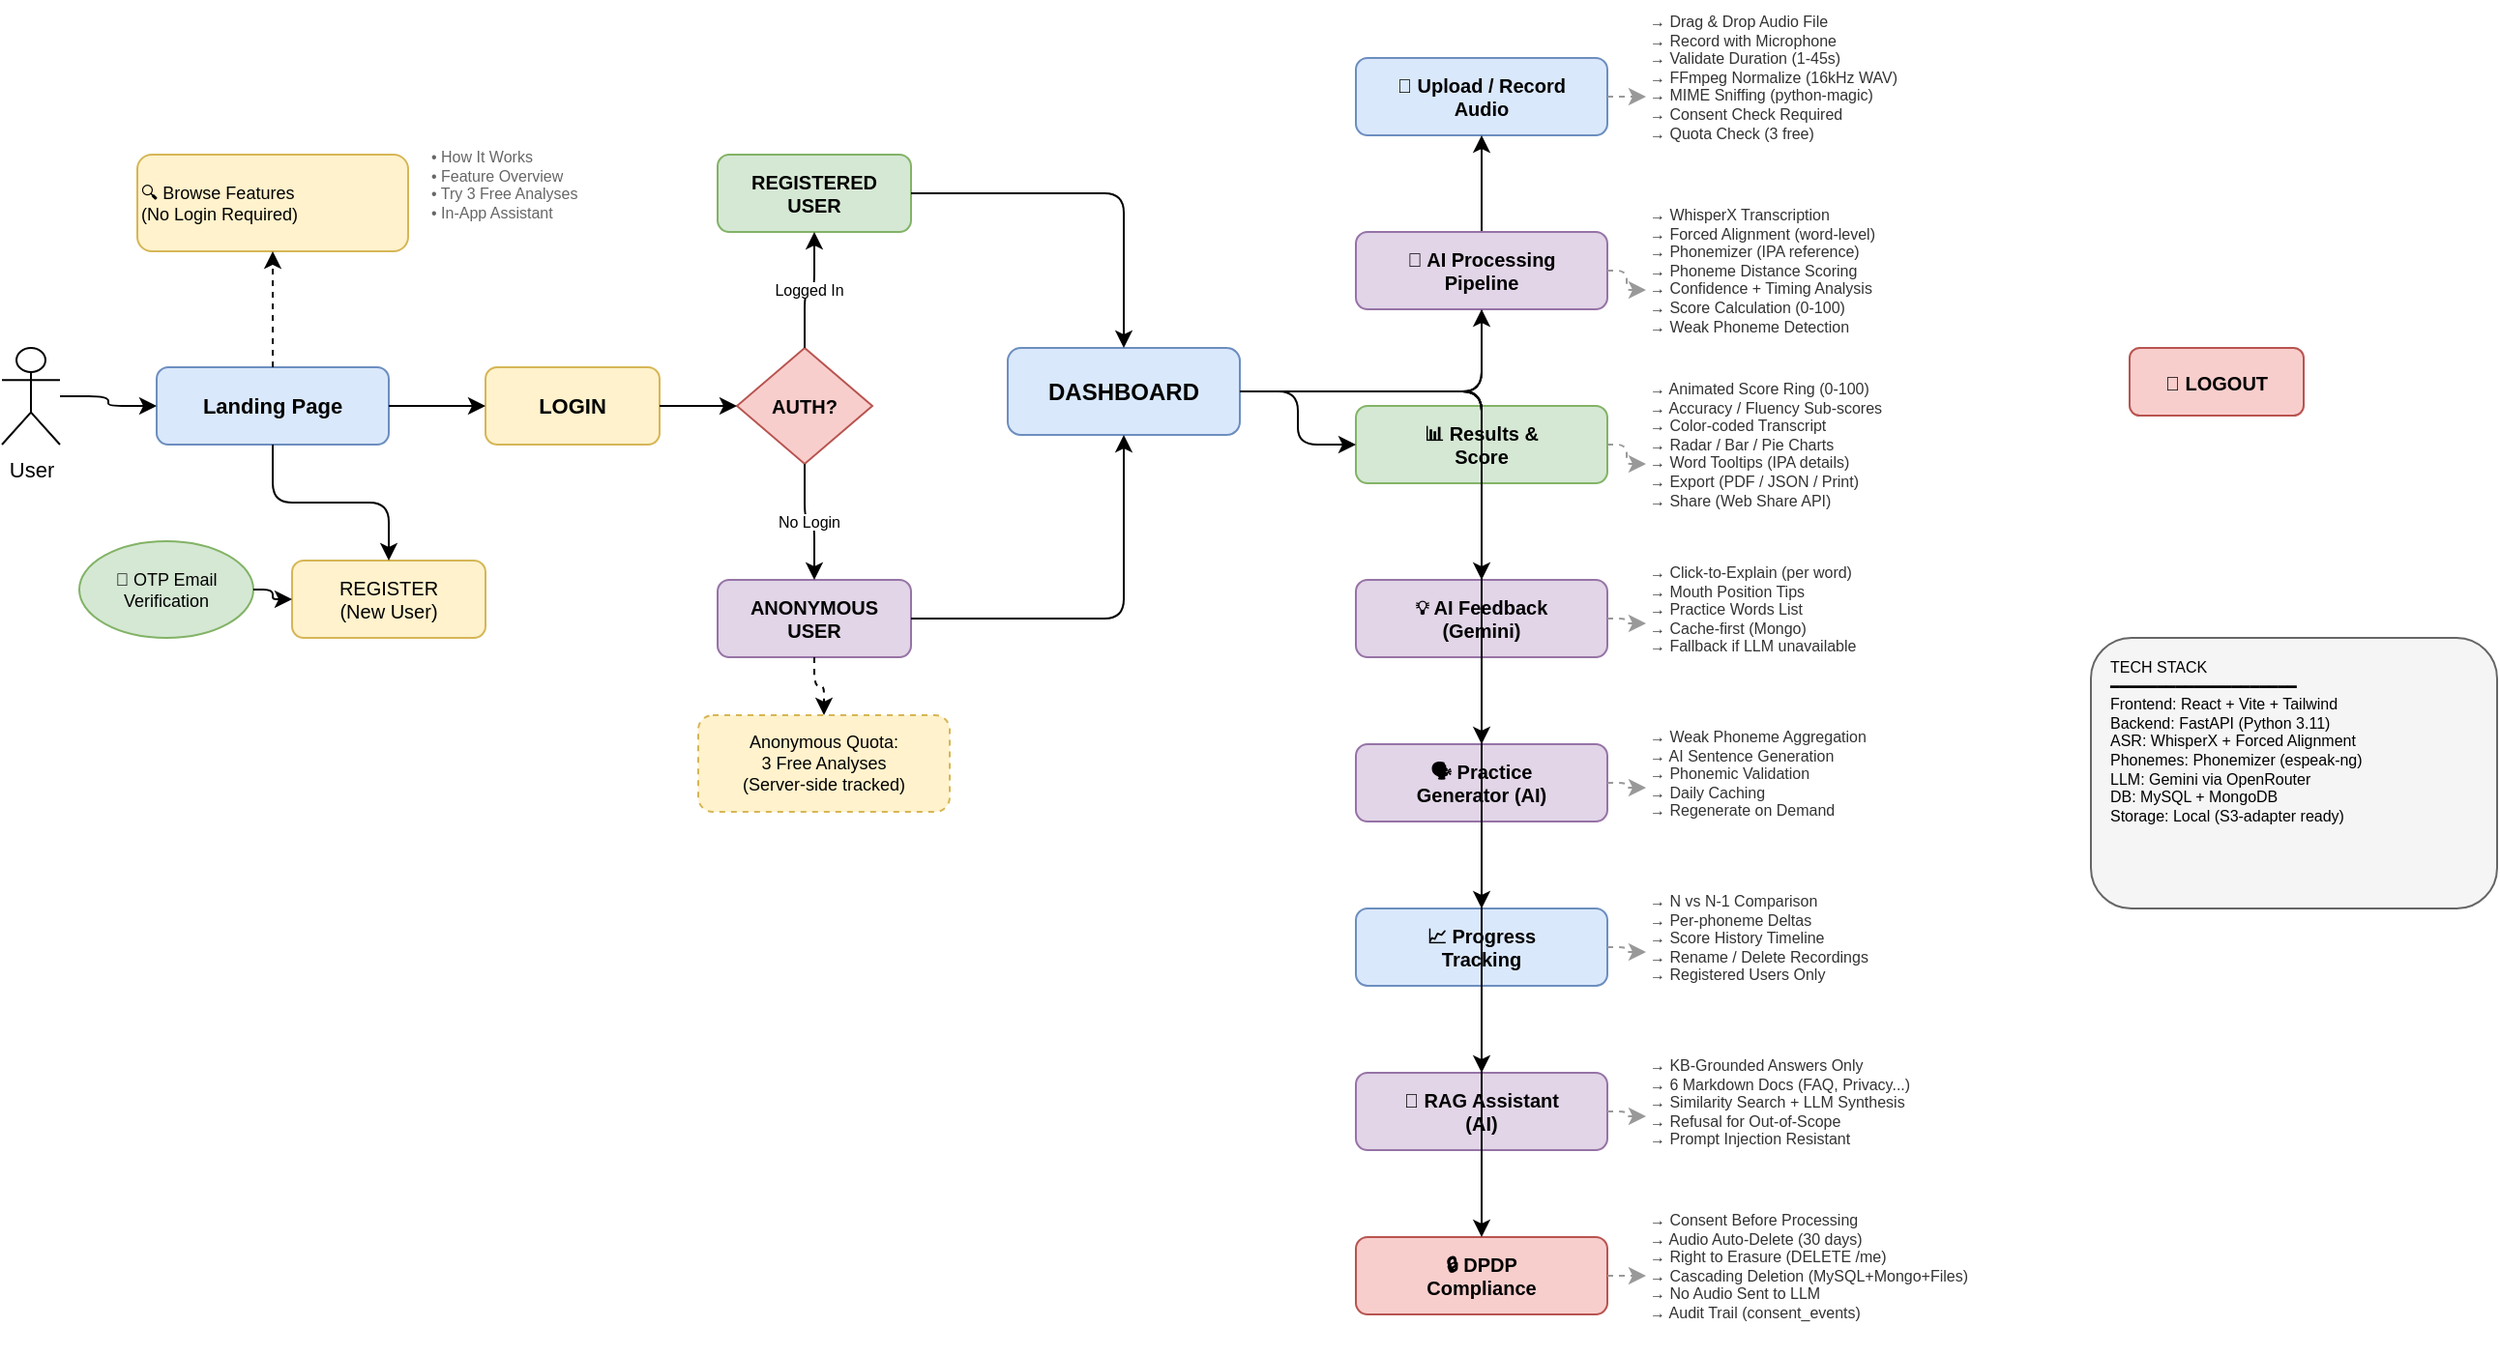
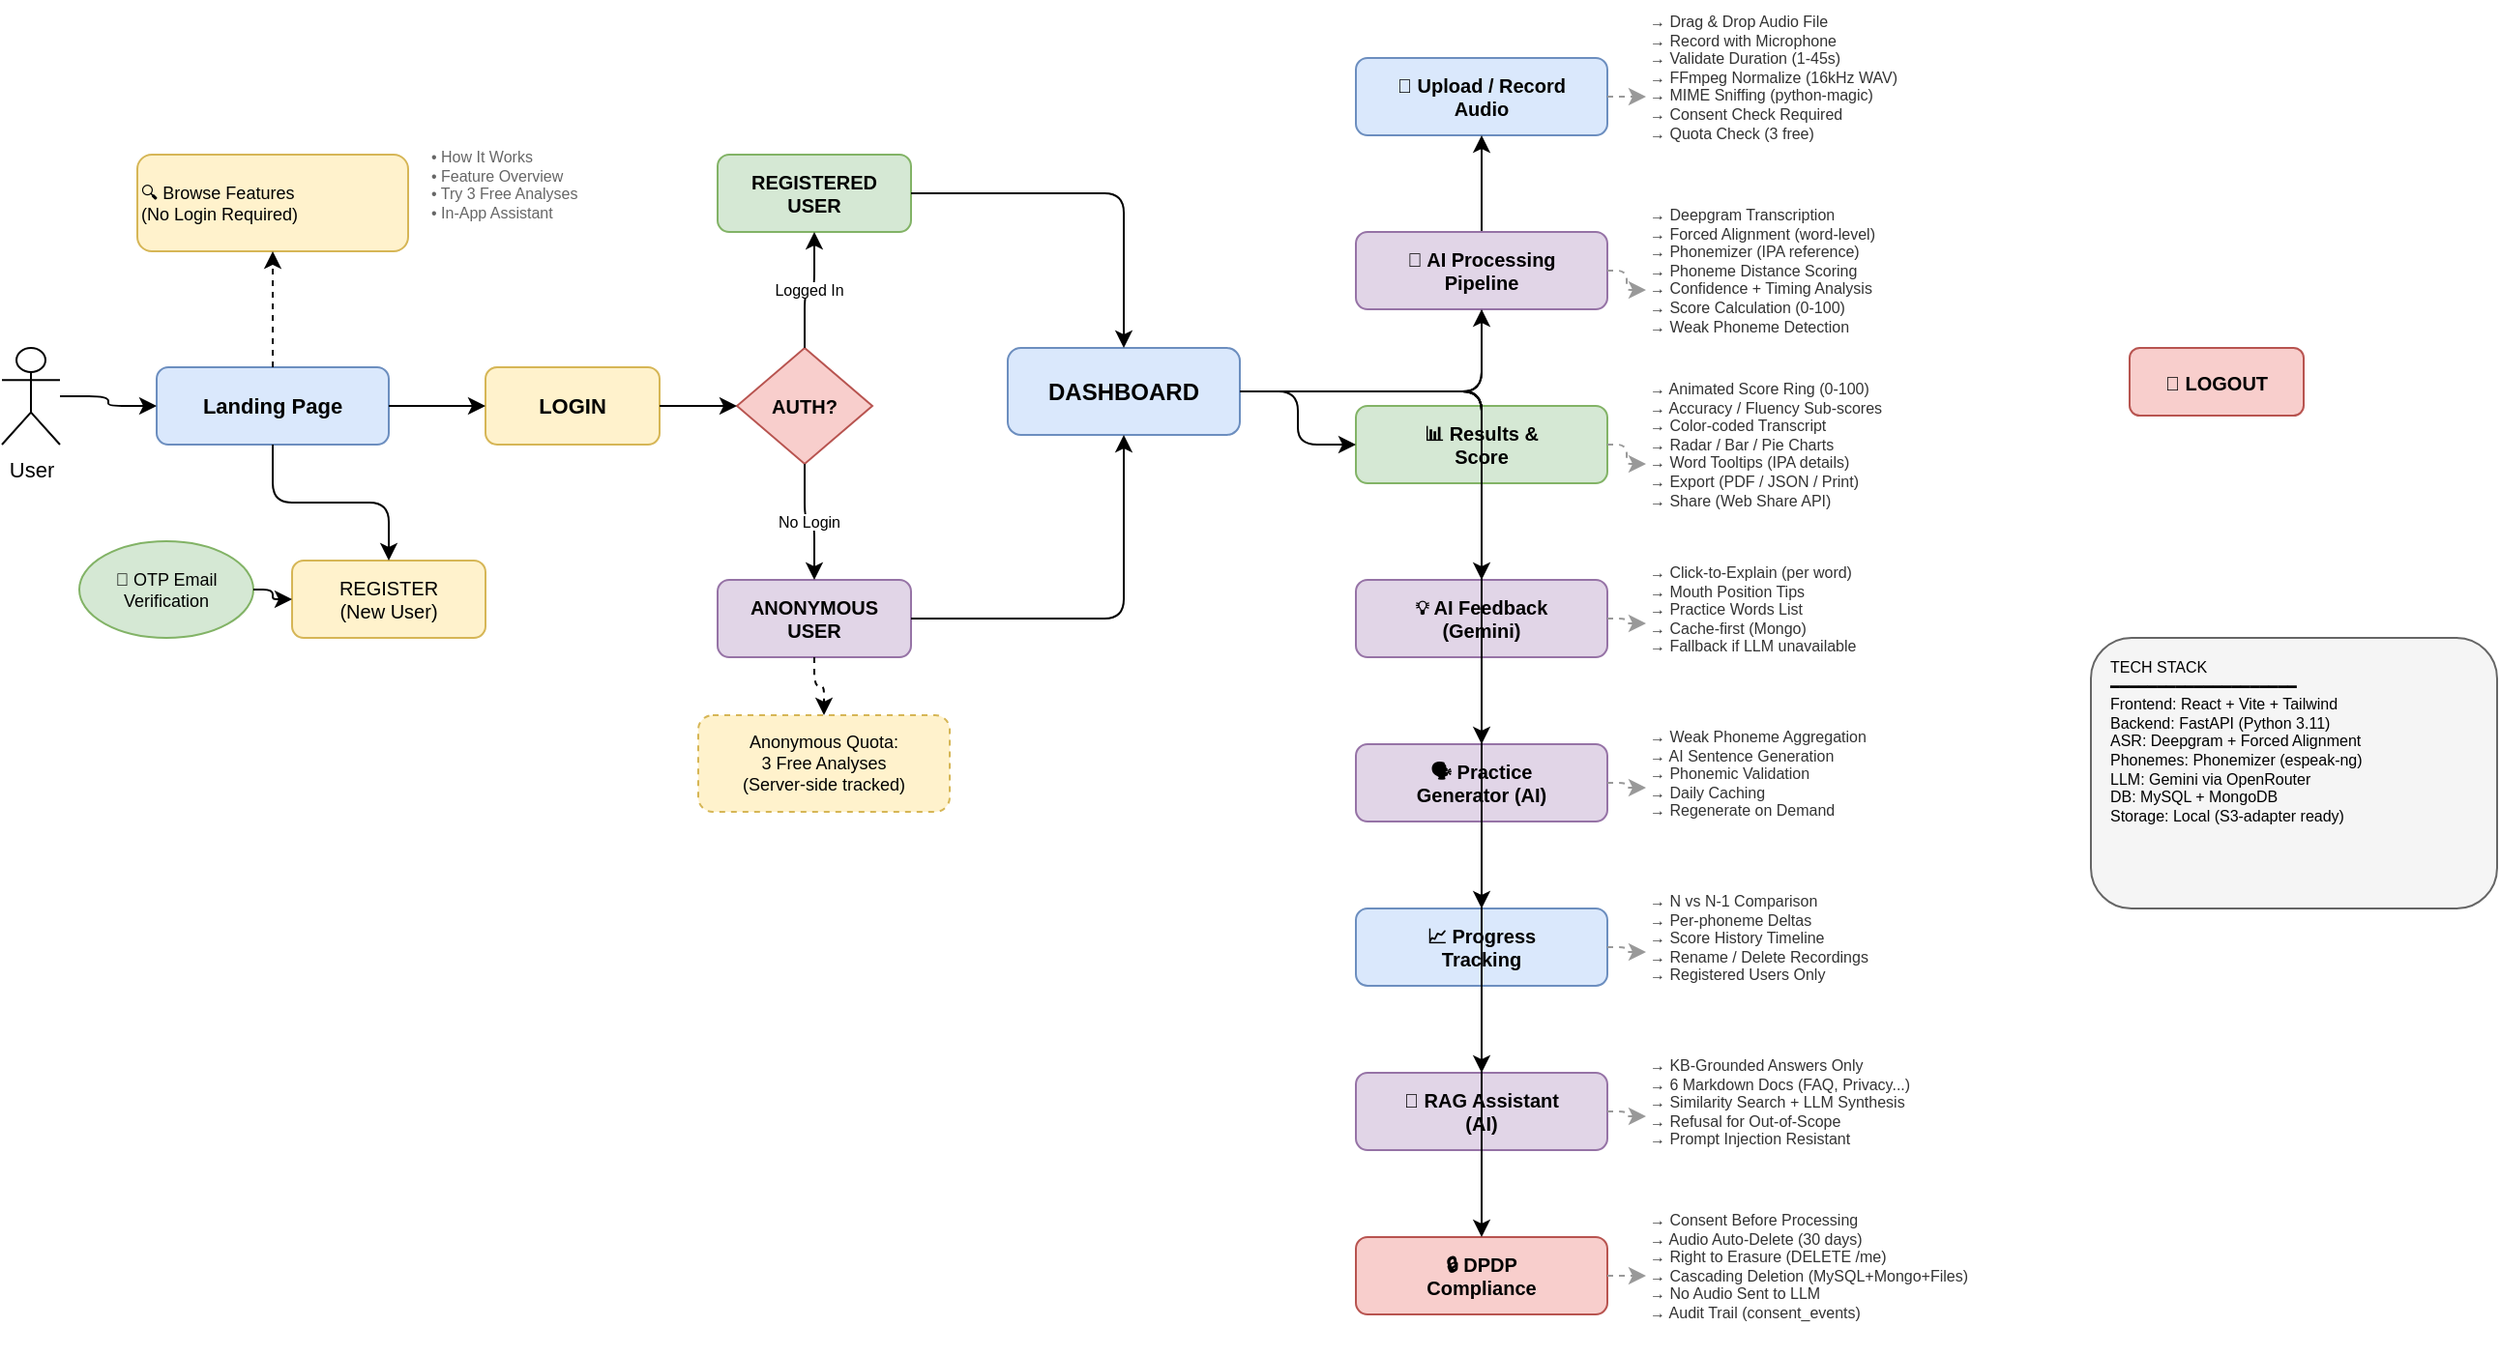
<mxfile host="app.diagrams.net">
  <diagram name="Application Flow" id="pronunciation-coach-flow">
    <mxGraphModel dx="1600" dy="900" grid="1" gridSize="10" guides="1" tooltips="1" connect="1" arrows="1" fold="1" page="1" pageScale="1" pageWidth="1600" pageHeight="900" math="0" shadow="0">
      <root>
        <mxCell id="0" />
        <mxCell id="1" parent="0" />

        <!-- User Actor -->
        <mxCell id="user" value="User" style="shape=umlActor;verticalLabelPosition=bottom;verticalAlign=top;html=1;outlineConnect=0;fontSize=11;" vertex="1" parent="1">
          <mxGeometry x="20" y="350" width="30" height="50" as="geometry" />
        </mxCell>

        <!-- Landing Page -->
        <mxCell id="landing" value="Landing Page" style="rounded=1;whiteSpace=wrap;html=1;fillColor=#dae8fc;strokeColor=#6c8ebf;fontStyle=1;fontSize=11;" vertex="1" parent="1">
          <mxGeometry x="100" y="360" width="120" height="40" as="geometry" />
        </mxCell>
        <mxCell id="e1" style="edgeStyle=orthogonalEdgeStyle;" edge="1" source="user" target="landing" parent="1"><mxGeometry relative="1" as="geometry" /></mxCell>

        <!-- Browse Features (No Login) -->
        <mxCell id="browse" value="🔍 Browse Features&#xa;(No Login Required)" style="rounded=1;whiteSpace=wrap;html=1;fillColor=#fff2cc;strokeColor=#d6b656;fontSize=9;align=left;" vertex="1" parent="1">
          <mxGeometry x="90" y="250" width="140" height="50" as="geometry" />
        </mxCell>
        <mxCell id="browse_items" value="• How It Works&#xa;• Feature Overview&#xa;• Try 3 Free Analyses&#xa;• In-App Assistant" style="text;html=1;align=left;verticalAlign=top;fontSize=8;fontColor=#666666;" vertex="1" parent="1">
          <mxGeometry x="240" y="240" width="140" height="60" as="geometry" />
        </mxCell>
        <mxCell id="e_browse" style="edgeStyle=orthogonalEdgeStyle;dashed=1;" edge="1" source="landing" target="browse" parent="1"><mxGeometry relative="1" as="geometry" /></mxCell>

        <!-- Login -->
        <mxCell id="login" value="LOGIN" style="rounded=1;whiteSpace=wrap;html=1;fillColor=#fff2cc;strokeColor=#d6b656;fontStyle=1;fontSize=11;" vertex="1" parent="1">
          <mxGeometry x="270" y="360" width="90" height="40" as="geometry" />
        </mxCell>
        <mxCell id="e2" style="edgeStyle=orthogonalEdgeStyle;" edge="1" source="landing" target="login" parent="1"><mxGeometry relative="1" as="geometry" /></mxCell>

        <!-- Register -->
        <mxCell id="register" value="REGISTER&#xa;(New User)" style="rounded=1;whiteSpace=wrap;html=1;fillColor=#fff2cc;strokeColor=#d6b656;fontSize=10;" vertex="1" parent="1">
          <mxGeometry x="170" y="460" width="100" height="40" as="geometry" />
        </mxCell>
        <mxCell id="otp" value="📧 OTP Email&#xa;Verification" style="ellipse;whiteSpace=wrap;html=1;fillColor=#d5e8d4;strokeColor=#82b366;fontSize=9;" vertex="1" parent="1">
          <mxGeometry x="60" y="450" width="90" height="50" as="geometry" />
        </mxCell>
        <mxCell id="e_reg" style="edgeStyle=orthogonalEdgeStyle;" edge="1" source="landing" target="register" parent="1"><mxGeometry relative="1" as="geometry" /></mxCell>
        <mxCell id="e_otp" style="edgeStyle=orthogonalEdgeStyle;" edge="1" source="otp" target="register" parent="1"><mxGeometry relative="1" as="geometry" /></mxCell>

        <!-- Auth Check -->
        <mxCell id="auth_check" value="AUTH?" style="rhombus;whiteSpace=wrap;html=1;fillColor=#f8cecc;strokeColor=#b85450;fontStyle=1;fontSize=10;" vertex="1" parent="1">
          <mxGeometry x="400" y="350" width="70" height="60" as="geometry" />
        </mxCell>
        <mxCell id="e3" style="edgeStyle=orthogonalEdgeStyle;" edge="1" source="login" target="auth_check" parent="1"><mxGeometry relative="1" as="geometry" /></mxCell>

        <!-- Anonymous User -->
        <mxCell id="anon" value="ANONYMOUS&#xa;USER" style="rounded=1;whiteSpace=wrap;html=1;fillColor=#e1d5e7;strokeColor=#9673a6;fontStyle=1;fontSize=10;" vertex="1" parent="1">
          <mxGeometry x="390" y="470" width="100" height="40" as="geometry" />
        </mxCell>
        <mxCell id="e_anon" value="No Login" style="edgeStyle=orthogonalEdgeStyle;fontSize=8;" edge="1" source="auth_check" target="anon" parent="1"><mxGeometry relative="1" as="geometry" /></mxCell>

        <!-- Registered User -->
        <mxCell id="registered" value="REGISTERED&#xa;USER" style="rounded=1;whiteSpace=wrap;html=1;fillColor=#d5e8d4;strokeColor=#82b366;fontStyle=1;fontSize=10;" vertex="1" parent="1">
          <mxGeometry x="390" y="250" width="100" height="40" as="geometry" />
        </mxCell>
        <mxCell id="e_reg2" value="Logged In" style="edgeStyle=orthogonalEdgeStyle;fontSize=8;" edge="1" source="auth_check" target="registered" parent="1"><mxGeometry relative="1" as="geometry" /></mxCell>

        <!-- Dashboard -->
        <mxCell id="dashboard" value="DASHBOARD" style="rounded=1;whiteSpace=wrap;html=1;fillColor=#dae8fc;strokeColor=#6c8ebf;fontStyle=1;fontSize=12;" vertex="1" parent="1">
          <mxGeometry x="540" y="350" width="120" height="45" as="geometry" />
        </mxCell>
        <mxCell id="e_dash1" style="edgeStyle=orthogonalEdgeStyle;" edge="1" source="registered" target="dashboard" parent="1"><mxGeometry relative="1" as="geometry" /></mxCell>
        <mxCell id="e_dash2" style="edgeStyle=orthogonalEdgeStyle;" edge="1" source="anon" target="dashboard" parent="1"><mxGeometry relative="1" as="geometry" /></mxCell>

        <!-- === DASHBOARD FEATURES === -->

        <!-- Upload/Record -->
        <mxCell id="upload" value="🎤 Upload / Record&#xa;Audio" style="rounded=1;whiteSpace=wrap;html=1;fillColor=#dae8fc;strokeColor=#6c8ebf;fontStyle=1;fontSize=10;" vertex="1" parent="1">
          <mxGeometry x="720" y="200" width="130" height="40" as="geometry" />
        </mxCell>
        <mxCell id="e_upload" style="edgeStyle=orthogonalEdgeStyle;" edge="1" source="dashboard" target="upload" parent="1"><mxGeometry relative="1" as="geometry" /></mxCell>

        <!-- Upload sub-items -->
        <mxCell id="upload_items" value="→ Drag &amp; Drop Audio File&#xa;→ Record with Microphone&#xa;→ Validate Duration (1-45s)&#xa;→ FFmpeg Normalize (16kHz WAV)&#xa;→ MIME Sniffing (python-magic)&#xa;→ Consent Check Required&#xa;→ Quota Check (3 free)" style="text;html=1;align=left;verticalAlign=top;fontSize=8;fontColor=#333333;" vertex="1" parent="1">
          <mxGeometry x="870" y="170" width="180" height="100" as="geometry" />
        </mxCell>
        <mxCell id="e_up_items" style="edgeStyle=orthogonalEdgeStyle;dashed=1;strokeColor=#999999;" edge="1" source="upload" target="upload_items" parent="1"><mxGeometry relative="1" as="geometry" /></mxCell>

        <!-- Processing Pipeline -->
        <mxCell id="processing" value="🧠 AI Processing&#xa;Pipeline" style="rounded=1;whiteSpace=wrap;html=1;fillColor=#e1d5e7;strokeColor=#9673a6;fontStyle=1;fontSize=10;" vertex="1" parent="1">
          <mxGeometry x="720" y="290" width="130" height="40" as="geometry" />
        </mxCell>
        <mxCell id="e_proc" style="edgeStyle=orthogonalEdgeStyle;" edge="1" source="dashboard" target="processing" parent="1"><mxGeometry relative="1" as="geometry" /></mxCell>

        <!-- Processing sub-items -->
-         <mxCell id="proc_items" value="→ WhisperX Transcription&#xa;→ Forced Alignment (word-level)&#xa;→ Phonemizer (IPA reference)&#xa;→ Phoneme Distance Scoring&#xa;→ Confidence + Timing Analysis&#xa;→ Score Calculation (0-100)&#xa;→ Weak Phoneme Detection" style="text;html=1;align=left;verticalAlign=top;fontSize=8;fontColor=#333333;" vertex="1" parent="1">
+         <mxCell id="proc_items" value="→ Deepgram Transcription&#xa;→ Forced Alignment (word-level)&#xa;→ Phonemizer (IPA reference)&#xa;→ Phoneme Distance Scoring&#xa;→ Confidence + Timing Analysis&#xa;→ Score Calculation (0-100)&#xa;→ Weak Phoneme Detection" style="text;html=1;align=left;verticalAlign=top;fontSize=8;fontColor=#333333;" vertex="1" parent="1">
          <mxGeometry x="870" y="270" width="190" height="100" as="geometry" />
        </mxCell>
        <mxCell id="e_proc_items" style="edgeStyle=orthogonalEdgeStyle;dashed=1;strokeColor=#999999;" edge="1" source="processing" target="proc_items" parent="1"><mxGeometry relative="1" as="geometry" /></mxCell>

        <!-- Results -->
        <mxCell id="results" value="📊 Results &amp;&#xa;Score" style="rounded=1;whiteSpace=wrap;html=1;fillColor=#d5e8d4;strokeColor=#82b366;fontStyle=1;fontSize=10;" vertex="1" parent="1">
          <mxGeometry x="720" y="380" width="130" height="40" as="geometry" />
        </mxCell>
        <mxCell id="e_results" style="edgeStyle=orthogonalEdgeStyle;" edge="1" source="dashboard" target="results" parent="1"><mxGeometry relative="1" as="geometry" /></mxCell>

        <!-- Results sub-items -->
        <mxCell id="results_items" value="→ Animated Score Ring (0-100)&#xa;→ Accuracy / Fluency Sub-scores&#xa;→ Color-coded Transcript&#xa;→ Radar / Bar / Pie Charts&#xa;→ Word Tooltips (IPA details)&#xa;→ Export (PDF / JSON / Print)&#xa;→ Share (Web Share API)" style="text;html=1;align=left;verticalAlign=top;fontSize=8;fontColor=#333333;" vertex="1" parent="1">
          <mxGeometry x="870" y="360" width="190" height="100" as="geometry" />
        </mxCell>
        <mxCell id="e_res_items" style="edgeStyle=orthogonalEdgeStyle;dashed=1;strokeColor=#999999;" edge="1" source="results" target="results_items" parent="1"><mxGeometry relative="1" as="geometry" /></mxCell>

        <!-- AI Feedback -->
        <mxCell id="feedback" value="💡 AI Feedback&#xa;(Gemini)" style="rounded=1;whiteSpace=wrap;html=1;fillColor=#e1d5e7;strokeColor=#9673a6;fontStyle=1;fontSize=10;" vertex="1" parent="1">
          <mxGeometry x="720" y="470" width="130" height="40" as="geometry" />
        </mxCell>
        <mxCell id="e_feedback" style="edgeStyle=orthogonalEdgeStyle;" edge="1" source="dashboard" target="feedback" parent="1"><mxGeometry relative="1" as="geometry" /></mxCell>

        <!-- Feedback sub-items -->
        <mxCell id="fb_items" value="→ Click-to-Explain (per word)&#xa;→ Mouth Position Tips&#xa;→ Practice Words List&#xa;→ Cache-first (Mongo)&#xa;→ Fallback if LLM unavailable" style="text;html=1;align=left;verticalAlign=top;fontSize=8;fontColor=#333333;" vertex="1" parent="1">
          <mxGeometry x="870" y="455" width="180" height="75" as="geometry" />
        </mxCell>
        <mxCell id="e_fb_items" style="edgeStyle=orthogonalEdgeStyle;dashed=1;strokeColor=#999999;" edge="1" source="feedback" target="fb_items" parent="1"><mxGeometry relative="1" as="geometry" /></mxCell>

        <!-- Practice Generator -->
        <mxCell id="practice" value="🗣️ Practice&#xa;Generator (AI)" style="rounded=1;whiteSpace=wrap;html=1;fillColor=#e1d5e7;strokeColor=#9673a6;fontStyle=1;fontSize=10;" vertex="1" parent="1">
          <mxGeometry x="720" y="555" width="130" height="40" as="geometry" />
        </mxCell>
        <mxCell id="e_practice" style="edgeStyle=orthogonalEdgeStyle;" edge="1" source="dashboard" target="practice" parent="1"><mxGeometry relative="1" as="geometry" /></mxCell>

        <!-- Practice sub-items -->
        <mxCell id="prac_items" value="→ Weak Phoneme Aggregation&#xa;→ AI Sentence Generation&#xa;→ Phonemic Validation&#xa;→ Daily Caching&#xa;→ Regenerate on Demand" style="text;html=1;align=left;verticalAlign=top;fontSize=8;fontColor=#333333;" vertex="1" parent="1">
          <mxGeometry x="870" y="540" width="170" height="75" as="geometry" />
        </mxCell>
        <mxCell id="e_prac_items" style="edgeStyle=orthogonalEdgeStyle;dashed=1;strokeColor=#999999;" edge="1" source="practice" target="prac_items" parent="1"><mxGeometry relative="1" as="geometry" /></mxCell>

        <!-- Progress Tracking -->
        <mxCell id="progress" value="📈 Progress&#xa;Tracking" style="rounded=1;whiteSpace=wrap;html=1;fillColor=#dae8fc;strokeColor=#6c8ebf;fontStyle=1;fontSize=10;" vertex="1" parent="1">
          <mxGeometry x="720" y="640" width="130" height="40" as="geometry" />
        </mxCell>
        <mxCell id="e_progress" style="edgeStyle=orthogonalEdgeStyle;" edge="1" source="dashboard" target="progress" parent="1"><mxGeometry relative="1" as="geometry" /></mxCell>

        <!-- Progress sub-items -->
        <mxCell id="prog_items" value="→ N vs N-1 Comparison&#xa;→ Per-phoneme Deltas&#xa;→ Score History Timeline&#xa;→ Rename / Delete Recordings&#xa;→ Registered Users Only" style="text;html=1;align=left;verticalAlign=top;fontSize=8;fontColor=#333333;" vertex="1" parent="1">
          <mxGeometry x="870" y="625" width="170" height="75" as="geometry" />
        </mxCell>
        <mxCell id="e_prog_items" style="edgeStyle=orthogonalEdgeStyle;dashed=1;strokeColor=#999999;" edge="1" source="progress" target="prog_items" parent="1"><mxGeometry relative="1" as="geometry" /></mxCell>

        <!-- RAG Assistant -->
        <mxCell id="assistant" value="🤖 RAG Assistant&#xa;(AI)" style="rounded=1;whiteSpace=wrap;html=1;fillColor=#e1d5e7;strokeColor=#9673a6;fontStyle=1;fontSize=10;" vertex="1" parent="1">
          <mxGeometry x="720" y="725" width="130" height="40" as="geometry" />
        </mxCell>
        <mxCell id="e_assistant" style="edgeStyle=orthogonalEdgeStyle;" edge="1" source="dashboard" target="assistant" parent="1"><mxGeometry relative="1" as="geometry" /></mxCell>

        <!-- Assistant sub-items -->
        <mxCell id="asst_items" value="→ KB-Grounded Answers Only&#xa;→ 6 Markdown Docs (FAQ, Privacy...)&#xa;→ Similarity Search + LLM Synthesis&#xa;→ Refusal for Out-of-Scope&#xa;→ Prompt Injection Resistant" style="text;html=1;align=left;verticalAlign=top;fontSize=8;fontColor=#333333;" vertex="1" parent="1">
          <mxGeometry x="870" y="710" width="200" height="75" as="geometry" />
        </mxCell>
        <mxCell id="e_asst_items" style="edgeStyle=orthogonalEdgeStyle;dashed=1;strokeColor=#999999;" edge="1" source="assistant" target="asst_items" parent="1"><mxGeometry relative="1" as="geometry" /></mxCell>

        <!-- DPDP / Privacy -->
        <mxCell id="privacy" value="🔒 DPDP&#xa;Compliance" style="rounded=1;whiteSpace=wrap;html=1;fillColor=#f8cecc;strokeColor=#b85450;fontStyle=1;fontSize=10;" vertex="1" parent="1">
          <mxGeometry x="720" y="810" width="130" height="40" as="geometry" />
        </mxCell>
        <mxCell id="e_privacy" style="edgeStyle=orthogonalEdgeStyle;" edge="1" source="dashboard" target="privacy" parent="1"><mxGeometry relative="1" as="geometry" /></mxCell>

        <!-- Privacy sub-items -->
        <mxCell id="priv_items" value="→ Consent Before Processing&#xa;→ Audio Auto-Delete (30 days)&#xa;→ Right to Erasure (DELETE /me)&#xa;→ Cascading Deletion (MySQL+Mongo+Files)&#xa;→ No Audio Sent to LLM&#xa;→ Audit Trail (consent_events)" style="text;html=1;align=left;verticalAlign=top;fontSize=8;fontColor=#333333;" vertex="1" parent="1">
          <mxGeometry x="870" y="790" width="210" height="80" as="geometry" />
        </mxCell>
        <mxCell id="e_priv_items" style="edgeStyle=orthogonalEdgeStyle;dashed=1;strokeColor=#999999;" edge="1" source="privacy" target="priv_items" parent="1"><mxGeometry relative="1" as="geometry" /></mxCell>

        <!-- Logout -->
        <mxCell id="logout" value="🚪 LOGOUT" style="rounded=1;whiteSpace=wrap;html=1;fillColor=#f8cecc;strokeColor=#b85450;fontStyle=1;fontSize=10;" vertex="1" parent="1">
          <mxGeometry x="1120" y="350" width="90" height="35" as="geometry" />
        </mxCell>

        <!-- Anon Quota Box -->
        <mxCell id="quota" value="Anonymous Quota:&#xa;3 Free Analyses&#xa;(Server-side tracked)" style="rounded=1;whiteSpace=wrap;html=1;fillColor=#fff2cc;strokeColor=#d6b656;fontSize=9;dashed=1;" vertex="1" parent="1">
          <mxGeometry x="380" y="540" width="130" height="50" as="geometry" />
        </mxCell>
        <mxCell id="e_quota" style="edgeStyle=orthogonalEdgeStyle;dashed=1;" edge="1" source="anon" target="quota" parent="1"><mxGeometry relative="1" as="geometry" /></mxCell>

        <!-- Tech Stack Box -->
-         <mxCell id="tech" value="TECH STACK&#xa;━━━━━━━━━━━━━━━━━━━━&#xa;Frontend: React + Vite + Tailwind&#xa;Backend: FastAPI (Python 3.11)&#xa;ASR: WhisperX + Forced Alignment&#xa;Phonemes: Phonemizer (espeak-ng)&#xa;LLM: Gemini via OpenRouter&#xa;DB: MySQL + MongoDB&#xa;Storage: Local (S3-adapter ready)" style="rounded=1;whiteSpace=wrap;html=1;fillColor=#f5f5f5;strokeColor=#666666;fontSize=8;align=left;verticalAlign=top;spacingLeft=8;spacingTop=4;" vertex="1" parent="1">
+         <mxCell id="tech" value="TECH STACK&#xa;━━━━━━━━━━━━━━━━━━━━&#xa;Frontend: React + Vite + Tailwind&#xa;Backend: FastAPI (Python 3.11)&#xa;ASR: Deepgram + Forced Alignment&#xa;Phonemes: Phonemizer (espeak-ng)&#xa;LLM: Gemini via OpenRouter&#xa;DB: MySQL + MongoDB&#xa;Storage: Local (S3-adapter ready)" style="rounded=1;whiteSpace=wrap;html=1;fillColor=#f5f5f5;strokeColor=#666666;fontSize=8;align=left;verticalAlign=top;spacingLeft=8;spacingTop=4;" vertex="1" parent="1">
          <mxGeometry x="1100" y="500" width="210" height="140" as="geometry" />
        </mxCell>

      </root>
    </mxGraphModel>
  </diagram>
</mxfile>
